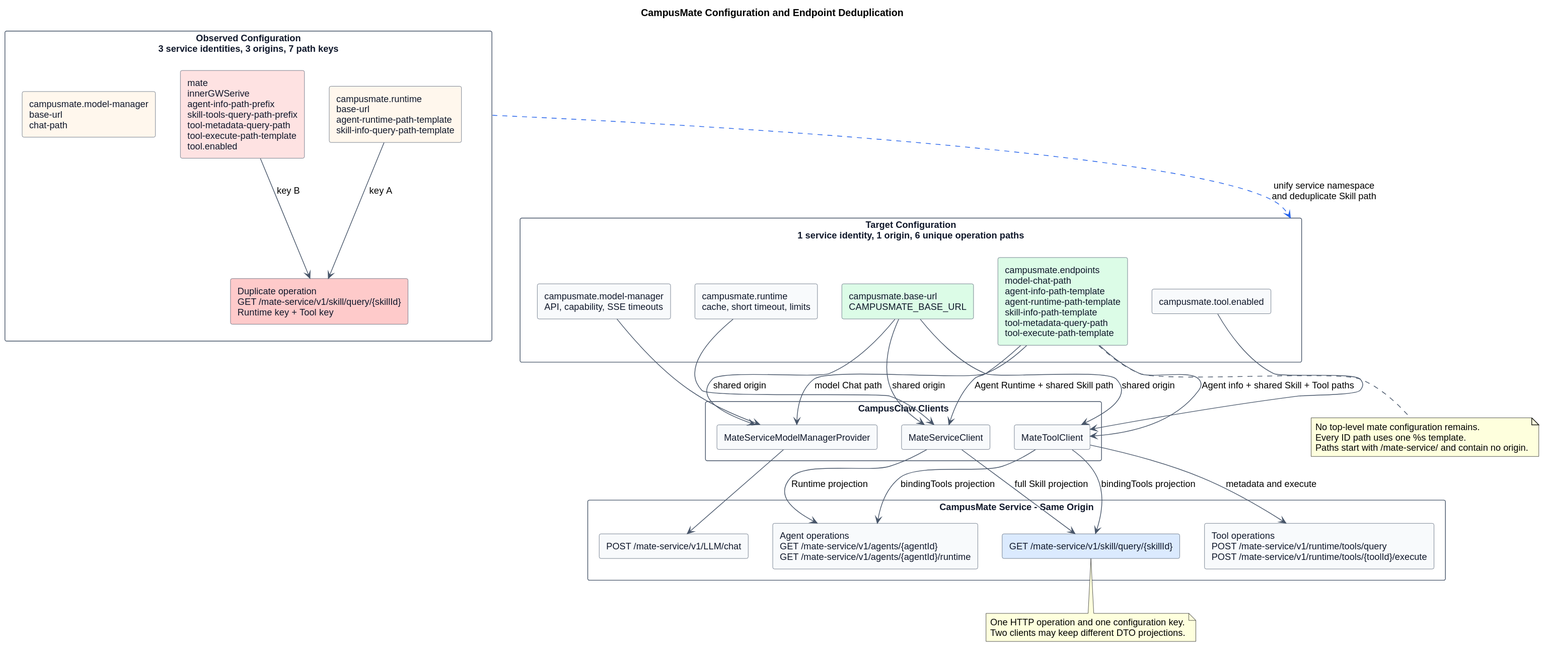
Before: campusmate-shared-client-configuration/campusmate_shared_base_url_configuration.svg, a diagram exported from PlantUML (ssm0808/pi-mono-java-design).
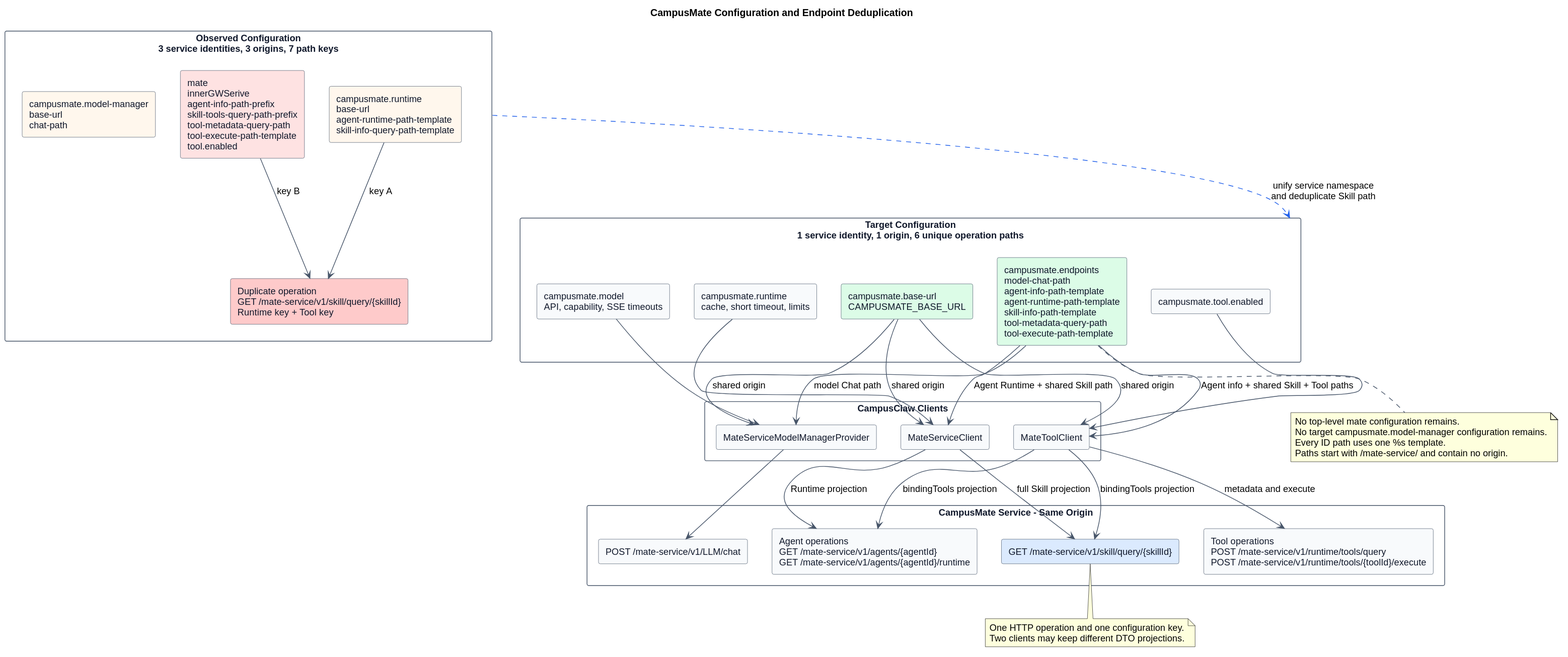
After the change.

Commit message:
docs(campusmate): 简化模型配置命名空间

Diff of the diagram source:
```diff
@@ -32,7 +32,7 @@
 rectangle "Target Configuration\n1 service identity, 1 origin, 6 unique operation paths" as After {
   component "campusmate.base-url\nCAMPUSMATE_BASE_URL" as BaseUrl #DCFCE7
   component "campusmate.endpoints\nmodel-chat-path\nagent-info-path-template\nagent-runtime-path-template\nskill-info-path-template\ntool-metadata-query-path\ntool-execute-path-template" as Endpoints #DCFCE7
-  component "campusmate.model-manager\nAPI, capability, SSE timeouts" as ModelOptions
+  component "campusmate.model\nAPI, capability, SSE timeouts" as ModelOptions
   component "campusmate.runtime\ncache, short timeout, limits" as RuntimeOptions
   component "campusmate.tool.enabled" as ToolOptions
 }
@@ -76,6 +76,7 @@
 
 note bottom of Endpoints
 No top-level mate configuration remains.
+No target campusmate.model-manager configuration remains.
 Every ID path uses one %s template.
 Paths start with /mate-service/ and contain no origin.
 end note
```
